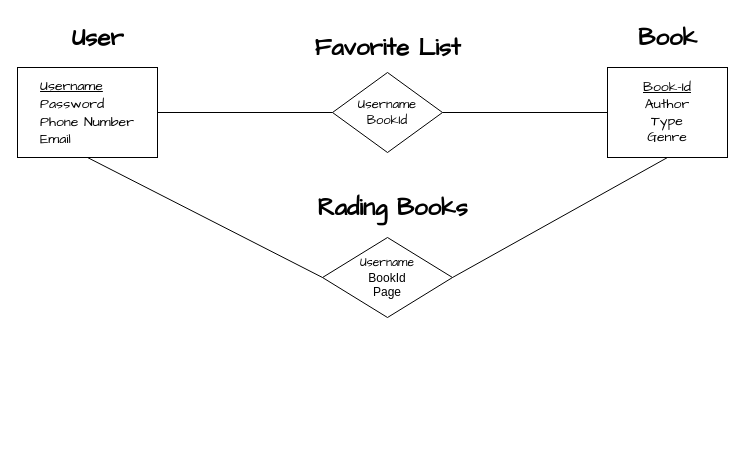
This is Untitled Diagram.drawio from fatemehprb/ER-Diagram, a draw.io file, before an edit. Source tidied: cells renumbered, new cells numbered last; positions are measured from the earlier drawing's top-left corner, leaving out a move shared by most shapes. Both pictures are drawn from the tidied source at 100%, with x=0, y=0 at pixel (17, 17).
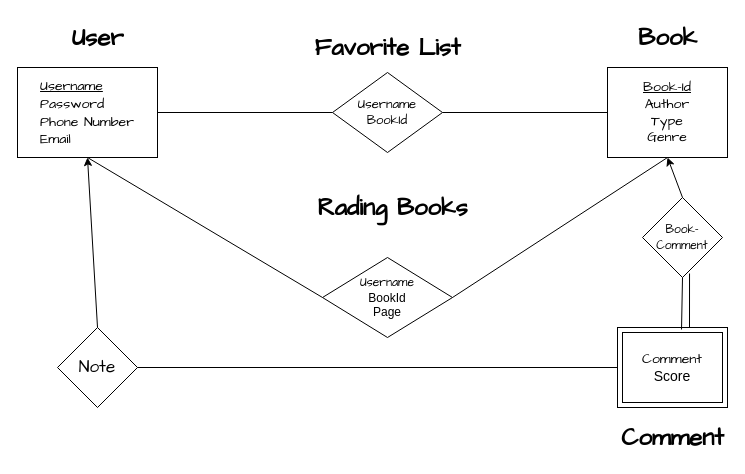
Above is the later version.

Commit message:
Comment entity set was added and its relationships with bokk and user was placed

Unchanged cells that the change refers to:
```xml
<mxCell id="3" value="&lt;div style=&quot;font-size: 14px;&quot; align=&quot;left&quot;&gt;&lt;font face=&quot;Comic Sans MS&quot;&gt;&lt;u&gt;Username&lt;/u&gt;&lt;/font&gt;&lt;/div&gt;&lt;div style=&quot;font-size: 14px;&quot; align=&quot;left&quot;&gt;&lt;font face=&quot;Comic Sans MS&quot;&gt;Password&lt;/font&gt;&lt;/div&gt;&lt;div style=&quot;font-size: 14px;&quot; align=&quot;left&quot;&gt;&lt;font face=&quot;Comic Sans MS&quot;&gt;Phone Number&lt;/font&gt;&lt;/div&gt;&lt;div style=&quot;font-size: 14px;&quot; align=&quot;left&quot;&gt;&lt;font face=&quot;Comic Sans MS&quot;&gt;Email&lt;br&gt;&lt;/font&gt;&lt;/div&gt;" style="rounded=0;whiteSpace=wrap;html=1;" parent="1" vertex="1">
  <mxGeometry y="50" width="140" height="90" as="geometry" />
</mxCell>
<mxCell id="5" value="&lt;div align=&quot;left&quot; style=&quot;font-size: 14px;&quot;&gt;&lt;font style=&quot;font-size: 14px;&quot;&gt;&lt;u&gt;Book-Id&lt;br&gt;&lt;/u&gt;&lt;/font&gt;&lt;/div&gt;&lt;div style=&quot;font-size: 14px;&quot;&gt;&lt;font style=&quot;font-size: 14px;&quot;&gt;Author&lt;/font&gt;&lt;/div&gt;&lt;div style=&quot;font-size: 14px;&quot;&gt;&lt;font style=&quot;font-size: 14px;&quot;&gt;Type&lt;/font&gt;&lt;/div&gt;&lt;div style=&quot;font-size: 14px;&quot;&gt;&lt;font style=&quot;font-size: 14px;&quot;&gt;Genre&lt;/font&gt;&lt;/div&gt;" style="rounded=0;whiteSpace=wrap;html=1;fontFamily=Comic Sans MS;" parent="1" vertex="1">
  <mxGeometry x="590" y="50" width="120" height="90" as="geometry" />
</mxCell>
```

Change to the diagram source:
```diff
@@
     <mxCell id="10" value="&lt;div&gt;&lt;font face=&quot;Comic Sans MS&quot;&gt;Username&lt;/font&gt;&lt;/div&gt;&lt;div&gt;&lt;font face=&quot;NOxf-u_4CmnmiJUvCoG2&quot;&gt;BookId&lt;/font&gt;&lt;/div&gt;&lt;div&gt;&lt;font face=&quot;NOxf-u_4CmnmiJUvCoG2&quot;&gt;Page&lt;br&gt;&lt;/font&gt;&lt;/div&gt;" style="rhombus;whiteSpace=wrap;html=1;" parent="1" vertex="1">
-      <mxGeometry x="305" y="220" width="130" height="80" as="geometry" />
+      <mxGeometry x="305" y="240" width="130" height="80" as="geometry" />
     </mxCell>
@@
+    <mxCell id="14" value="&lt;div style=&quot;font-size: 14px;&quot;&gt;&lt;font style=&quot;font-size: 14px;&quot; face=&quot;Comic Sans MS&quot;&gt;Comment&lt;/font&gt;&lt;/div&gt;&lt;div style=&quot;font-size: 14px;&quot;&gt;&lt;font style=&quot;font-size: 14px;&quot; face=&quot;cnri7KbCF3ekAPo07FWo&quot;&gt;&lt;font style=&quot;font-size: 14px;&quot;&gt;Score&lt;/font&gt;&lt;/font&gt;&lt;font style=&quot;font-size: 14px;&quot; face=&quot;cnri7KbCF3ekAPo07FWo&quot;&gt;&lt;br&gt;&lt;/font&gt;&lt;/div&gt;" style="shape=ext;margin=3;double=1;whiteSpace=wrap;html=1;align=center;" parent="1" vertex="1">
+      <mxGeometry x="600" y="310" width="110" height="80" as="geometry" />
+    </mxCell>
+    <mxCell id="15" value="&lt;font face=&quot;Comic Sans MS&quot;&gt;Comment&lt;/font&gt;" style="text;strokeColor=none;fillColor=none;html=1;fontSize=24;fontStyle=1;verticalAlign=middle;align=center;" parent="1" vertex="1">
+      <mxGeometry x="605" y="400" width="100" height="40" as="geometry" />
+    </mxCell>
+    <mxCell id="16" value="&lt;font face=&quot;Comic Sans MS&quot;&gt;Book-Comment&lt;/font&gt;" style="rhombus;whiteSpace=wrap;html=1;" parent="1" vertex="1">
+      <mxGeometry x="625" y="180" width="80" height="80" as="geometry" />
+    </mxCell>
+    <mxCell id="17" style="endArrow=classic;html=1;rounded=0;entryX=0.5;entryY=1;entryDx=0;entryDy=0;exitX=0.5;exitY=0;exitDx=0;exitDy=0;" parent="1" edge="1" source="16" target="5">
+      <mxGeometry relative="1" as="geometry" />
+    </mxCell>
+    <mxCell id="18" style="endArrow=none;html=1;rounded=0;entryX=0.5;entryY=1;entryDx=0;entryDy=0;exitX=0.582;exitY=0.025;exitDx=0;exitDy=0;exitPerimeter=0;" parent="1" edge="1" source="14" target="16">
+      <mxGeometry relative="1" as="geometry" />
+    </mxCell>
+    <mxCell id="19" style="endArrow=none;html=1;rounded=0;entryX=0.588;entryY=0.95;entryDx=0;entryDy=0;entryPerimeter=0;" parent="1" edge="1" target="16">
+      <mxGeometry relative="1" as="geometry">
+        <mxPoint x="672" y="310" as="sourcePoint" />
+      </mxGeometry>
+    </mxCell>
+    <mxCell id="20" value="&lt;font style=&quot;font-size: 17px;&quot; face=&quot;Comic Sans MS&quot;&gt;Note&lt;/font&gt;" style="rhombus;whiteSpace=wrap;html=1;" parent="1" vertex="1">
+      <mxGeometry x="40" y="310" width="80" height="80" as="geometry" />
+    </mxCell>
+    <mxCell id="21" style="endArrow=none;html=1;rounded=0;exitX=1;exitY=0.5;exitDx=0;exitDy=0;entryX=0;entryY=0.5;entryDx=0;entryDy=0;" parent="1" edge="1" source="20" target="14">
+      <mxGeometry relative="1" as="geometry" />
+    </mxCell>
+    <mxCell id="22" style="endArrow=classic;html=1;rounded=0;entryX=0.5;entryY=1;entryDx=0;entryDy=0;exitX=0.5;exitY=0;exitDx=0;exitDy=0;" parent="1" edge="1" source="20" target="3">
+      <mxGeometry relative="1" as="geometry" />
+    </mxCell>
```
